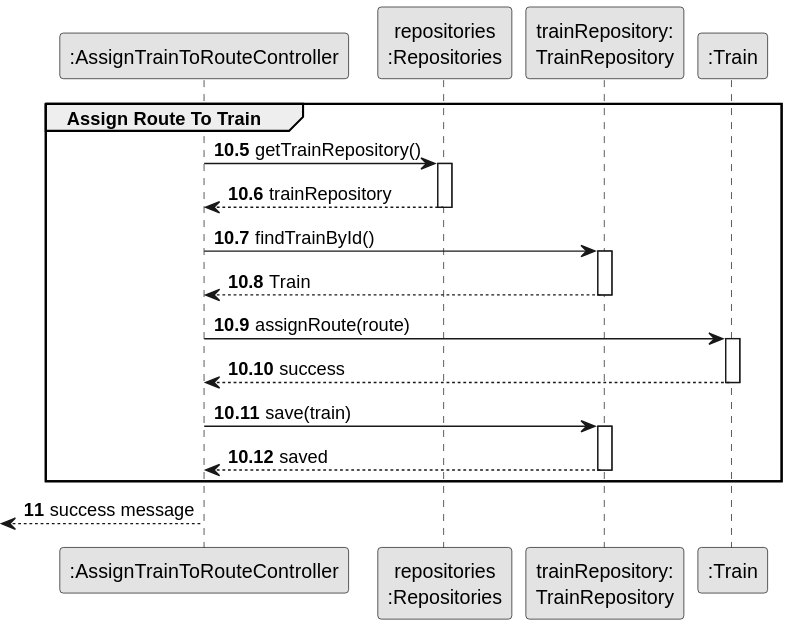
The PlantUML diagram docs/system-documentation/US010/03.design/svg/US010-SD-assign-route-to-train.svg in 1240826/empire-on-tracks, before a commit.
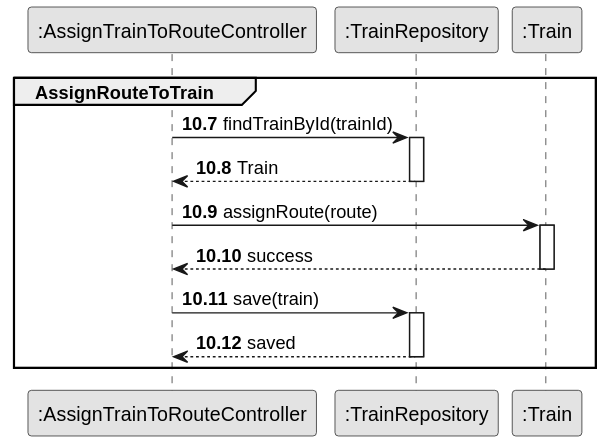
The same diagram one commit later.

Change to the diagram source:
```diff
@@ -3,37 +3,26 @@
 skinparam packageStyle rectangle
 skinparam shadowing false
 
+participant ":AssignTrainToRouteController" as Controller
+participant ":TrainRepository"            as TrainRepo
+participant ":Train"                      as Train
 
-participant ":AssignTrainToRouteController" as Controller
-participant "repositories\n:Repositories" as ReposSingleton
-participant "trainRepository:\nTrainRepository" as TrainRepo
-participant ":Train" as Train
+autonumber 10.7
 
-autonumber 10.5
-    group Assign Route To Train
+group AssignRouteToTrain
+    Controller -> TrainRepo : findTrainById(trainId)
+    activate TrainRepo
+    TrainRepo --> Controller : Train
+    deactivate TrainRepo
 
-        Controller -> ReposSingleton : getTrainRepository()
-        activate ReposSingleton
-            ReposSingleton --> Controller : trainRepository
-        deactivate ReposSingleton
+    Controller -> Train : assignRoute(route)
+    activate Train
+    Train --> Controller : success
+    deactivate Train
 
-        Controller -> TrainRepo : findTrainById()
-        activate TrainRepo
-            TrainRepo --> Controller : Train
-        deactivate TrainRepo
-
-        Controller -> Train : assignRoute(route)
-        activate Train
-            Train --> Controller : success
-        deactivate Train
-
-        Controller -> TrainRepo : save(train)
-        activate TrainRepo
-            TrainRepo --> Controller : saved
-        deactivate TrainRepo
-
-    end
-    autonumber 11
-    <-- Controller : success message
-deactivate Controller
+    Controller -> TrainRepo : save(train)
+    activate TrainRepo
+    TrainRepo --> Controller : saved
+    deactivate TrainRepo
+end
 @enduml
```
